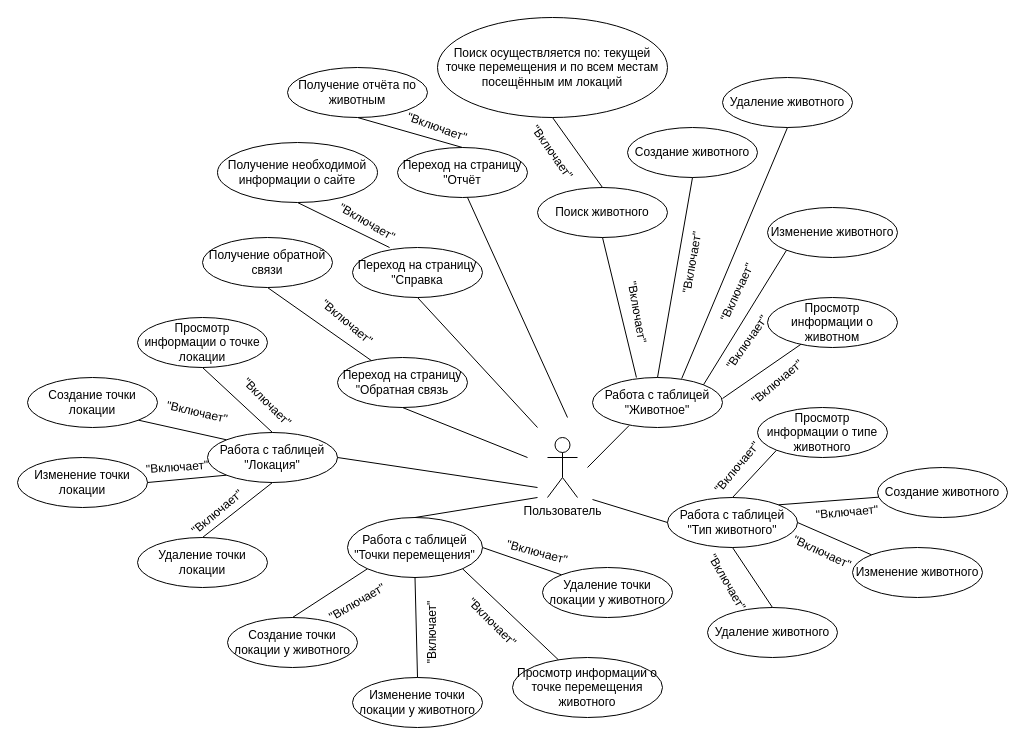
The draw.io diagram resources/assets/ДВИ.drawio in snglrtycrvtureofspce/AnimalTrackerApp, before the edit. Source tidied: cells renumbered, new cells numbered last; positions are measured from the earlier drawing's top-left corner, leaving out a move shared by most shapes. Both pictures are drawn from the tidied source at 100%, with x=0, y=0 at pixel (17, 17).
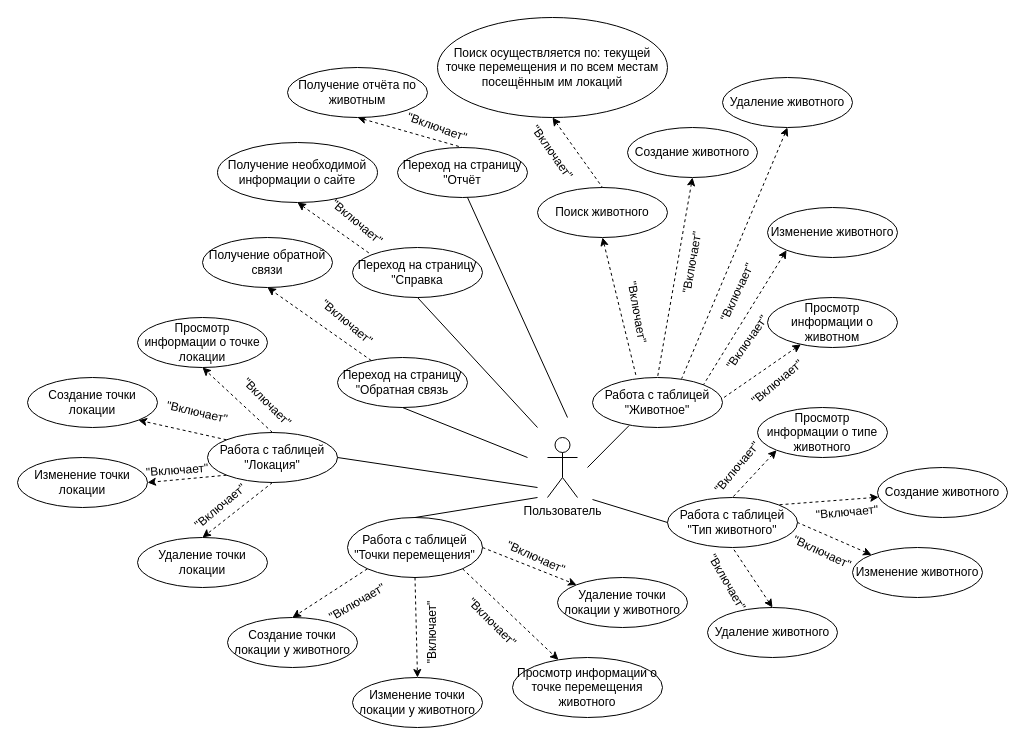
After the change.

Unchanged cells that the change refers to:
```xml
<mxCell id="3" value="Работа с таблицей &quot;Животное&quot;" style="ellipse;whiteSpace=wrap;html=1;" parent="1" vertex="1">
<mxCell id="4" value="Просмотр информации о животном" style="ellipse;whiteSpace=wrap;html=1;" parent="1" vertex="1">
<mxCell id="8" value="Поиск животного" style="ellipse;whiteSpace=wrap;html=1;" parent="1" vertex="1">
<mxCell id="9" value="Удаление животного" style="ellipse;whiteSpace=wrap;html=1;" parent="1" vertex="1">
<mxCell id="10" value="Создание животного" style="ellipse;whiteSpace=wrap;html=1;" parent="1" vertex="1">
<mxCell id="11" value="Изменение животного" style="ellipse;whiteSpace=wrap;html=1;" parent="1" vertex="1">
<mxCell id="19" value="Поиск осуществляется по: текущей точке перемещения и по всем местам посещённым им локаций" style="ellipse;whiteSpace=wrap;html=1;" parent="1" vertex="1">
<mxCell id="23" value="Работа с таблицей &quot;Тип животного&quot;" style="ellipse;whiteSpace=wrap;html=1;" parent="1" vertex="1">
<mxCell id="26" value="Просмотр информации о типе животного" style="ellipse;whiteSpace=wrap;html=1;" parent="1" vertex="1">
<mxCell id="28" value="Создание животного" style="ellipse;whiteSpace=wrap;html=1;" parent="1" vertex="1">
<mxCell id="29" value="Изменение животного" style="ellipse;whiteSpace=wrap;html=1;" parent="1" vertex="1">
<mxCell id="30" value="Удаление животного" style="ellipse;whiteSpace=wrap;html=1;" parent="1" vertex="1">
<mxCell id="37" value="Работа с таблицей &quot;Локация&quot;" style="ellipse;whiteSpace=wrap;html=1;" parent="1" vertex="1">
<mxCell id="39" value="Просмотр информации о точке локации" style="ellipse;whiteSpace=wrap;html=1;" parent="1" vertex="1">
<mxCell id="40" value="Создание точки локации" style="ellipse;whiteSpace=wrap;html=1;" parent="1" vertex="1">
<mxCell id="41" value="Изменение точки локации" style="ellipse;whiteSpace=wrap;html=1;" parent="1" vertex="1">
<mxCell id="42" value="Удаление точки локации" style="ellipse;whiteSpace=wrap;html=1;" parent="1" vertex="1">
<mxCell id="52" value="Работа с таблицей &quot;Точки перемещения&quot;" style="ellipse;whiteSpace=wrap;html=1;" parent="1" vertex="1">
<mxCell id="53" value="Просмотр информации о точке перемещения животного" style="ellipse;whiteSpace=wrap;html=1;" parent="1" vertex="1">
<mxCell id="54" value="Создание точки локации у животного" style="ellipse;whiteSpace=wrap;html=1;" parent="1" vertex="1">
<mxCell id="55" value="Изменение точки локации у животного" style="ellipse;whiteSpace=wrap;html=1;" parent="1" vertex="1">
<mxCell id="65" value="Переход на страницу &quot;Обратная связь" style="ellipse;whiteSpace=wrap;html=1;" parent="1" vertex="1">
<mxCell id="67" value="Переход на страницу &quot;Справка" style="ellipse;whiteSpace=wrap;html=1;" parent="1" vertex="1">
<mxCell id="68" value="Переход на страницу &quot;Отчёт" style="ellipse;whiteSpace=wrap;html=1;" parent="1" vertex="1">
<mxCell id="72" value="Получение обратной связи" style="ellipse;whiteSpace=wrap;html=1;" parent="1" vertex="1">
<mxCell id="75" value="Получение необходимой информации о сайте" style="ellipse;whiteSpace=wrap;html=1;" parent="1" vertex="1">
<mxCell id="77" value="Получение отчёта по животным" style="ellipse;whiteSpace=wrap;html=1;" parent="1" vertex="1">
```

The edit, as a diff of the source:
```diff
@@
-    <mxCell id="6" style="endArrow=none;html=1;rounded=0;" parent="1" edge="1" source="4">
+    <mxCell id="6" style="endArrow=none;html=1;rounded=0;dashed=1;startArrow=classic;startFill=1;" parent="1" edge="1" source="4">
       <mxGeometry relative="1" as="geometry">
         <mxPoint x="705" y="381" as="targetPoint" />
       </mxGeometry>
     </mxCell>
@@
-    <mxCell id="12" style="endArrow=none;html=1;rounded=0;entryX=0.338;entryY=0;entryDx=0;entryDy=0;entryPerimeter=0;exitX=0.5;exitY=1;exitDx=0;exitDy=0;" parent="1" edge="1" source="8" target="3">
+    <mxCell id="12" style="endArrow=none;html=1;rounded=0;entryX=0.338;entryY=0;entryDx=0;entryDy=0;entryPerimeter=0;exitX=0.5;exitY=1;exitDx=0;exitDy=0;startArrow=classic;startFill=1;dashed=1;" parent="1" edge="1" source="8" target="3">
       <mxGeometry relative="1" as="geometry" />
     </mxCell>
-    <mxCell id="13" style="endArrow=none;html=1;rounded=0;entryX=0.5;entryY=0;entryDx=0;entryDy=0;exitX=0.5;exitY=1;exitDx=0;exitDy=0;" parent="1" edge="1" source="10" target="3">
+    <mxCell id="13" style="endArrow=none;html=1;rounded=0;entryX=0.5;entryY=0;entryDx=0;entryDy=0;exitX=0.5;exitY=1;exitDx=0;exitDy=0;dashed=1;startArrow=classic;startFill=1;" parent="1" edge="1" source="10" target="3">
       <mxGeometry relative="1" as="geometry" />
     </mxCell>
-    <mxCell id="14" style="endArrow=none;html=1;rounded=0;entryX=0.686;entryY=0.022;entryDx=0;entryDy=0;exitX=0.5;exitY=1;exitDx=0;exitDy=0;entryPerimeter=0;" parent="1" edge="1" source="9" target="3">
+    <mxCell id="14" style="endArrow=none;html=1;rounded=0;entryX=0.686;entryY=0.022;entryDx=0;entryDy=0;exitX=0.5;exitY=1;exitDx=0;exitDy=0;entryPerimeter=0;dashed=1;startArrow=classic;startFill=1;" parent="1" edge="1" source="9" target="3">
       <mxGeometry relative="1" as="geometry" />
     </mxCell>
-    <mxCell id="15" style="endArrow=none;html=1;rounded=0;entryX=1;entryY=0;entryDx=0;entryDy=0;exitX=0;exitY=1;exitDx=0;exitDy=0;" parent="1" edge="1" source="11" target="3">
+    <mxCell id="15" style="endArrow=none;html=1;rounded=0;entryX=1;entryY=0;entryDx=0;entryDy=0;exitX=0;exitY=1;exitDx=0;exitDy=0;dashed=1;startArrow=classic;startFill=1;" parent="1" edge="1" source="11" target="3">
       <mxGeometry relative="1" as="geometry" />
     </mxCell>
@@
-    <mxCell id="20" style="endArrow=none;html=1;rounded=0;entryX=0.5;entryY=0;entryDx=0;entryDy=0;exitX=0.5;exitY=1;exitDx=0;exitDy=0;" parent="1" edge="1" source="19" target="8">
+    <mxCell id="20" style="endArrow=none;html=1;rounded=0;entryX=0.5;entryY=0;entryDx=0;entryDy=0;exitX=0.5;exitY=1;exitDx=0;exitDy=0;dashed=1;startArrow=classic;startFill=1;" parent="1" edge="1" source="19" target="8">
       <mxGeometry relative="1" as="geometry" />
     </mxCell>
@@
-    <mxCell id="25" style="endArrow=none;html=1;rounded=0;exitX=0;exitY=1;exitDx=0;exitDy=0;entryX=0.5;entryY=0;entryDx=0;entryDy=0;" parent="1" edge="1" source="26" target="23">
+    <mxCell id="25" style="endArrow=none;html=1;rounded=0;exitX=0;exitY=1;exitDx=0;exitDy=0;entryX=0.5;entryY=0;entryDx=0;entryDy=0;dashed=1;startArrow=classic;startFill=1;" parent="1" edge="1" source="26" target="23">
       <mxGeometry relative="1" as="geometry" />
     </mxCell>
@@
-    <mxCell id="31" style="endArrow=none;html=1;rounded=0;exitX=0.5;exitY=0;exitDx=0;exitDy=0;entryX=0.5;entryY=1;entryDx=0;entryDy=0;" parent="1" edge="1" source="30" target="23">
+    <mxCell id="31" style="endArrow=none;html=1;rounded=0;exitX=0.5;exitY=0;exitDx=0;exitDy=0;entryX=0.5;entryY=1;entryDx=0;entryDy=0;dashed=1;startArrow=classic;startFill=1;" parent="1" edge="1" source="30" target="23">
       <mxGeometry relative="1" as="geometry" />
     </mxCell>
-    <mxCell id="32" style="endArrow=none;html=1;rounded=0;exitX=0;exitY=0;exitDx=0;exitDy=0;entryX=1;entryY=0.5;entryDx=0;entryDy=0;" parent="1" edge="1" source="29" target="23">
+    <mxCell id="32" style="endArrow=none;html=1;rounded=0;exitX=0;exitY=0;exitDx=0;exitDy=0;entryX=1;entryY=0.5;entryDx=0;entryDy=0;dashed=1;startArrow=classic;startFill=1;" parent="1" edge="1" source="29" target="23">
       <mxGeometry relative="1" as="geometry" />
     </mxCell>
-    <mxCell id="33" style="endArrow=none;html=1;rounded=0;entryX=1;entryY=0;entryDx=0;entryDy=0;" parent="1" edge="1" source="28" target="23">
+    <mxCell id="33" style="endArrow=none;html=1;rounded=0;entryX=1;entryY=0;entryDx=0;entryDy=0;dashed=1;startArrow=classic;startFill=1;" parent="1" edge="1" source="28" target="23">
       <mxGeometry relative="1" as="geometry" />
     </mxCell>
@@
-    <mxCell id="43" style="endArrow=none;html=1;rounded=0;entryX=0.5;entryY=1;entryDx=0;entryDy=0;exitX=0.5;exitY=0;exitDx=0;exitDy=0;" parent="1" edge="1" source="37" target="39">
+    <mxCell id="43" style="endArrow=classic;html=1;rounded=0;entryX=0.5;entryY=1;entryDx=0;entryDy=0;exitX=0.5;exitY=0;exitDx=0;exitDy=0;dashed=1;endFill=1;" parent="1" edge="1" source="37" target="39">
       <mxGeometry relative="1" as="geometry" />
     </mxCell>
@@
-    <mxCell id="45" style="endArrow=none;html=1;rounded=0;entryX=1;entryY=1;entryDx=0;entryDy=0;exitX=0;exitY=0;exitDx=0;exitDy=0;" parent="1" edge="1" source="37" target="40">
+    <mxCell id="45" style="endArrow=classic;html=1;rounded=0;entryX=1;entryY=1;entryDx=0;entryDy=0;exitX=0;exitY=0;exitDx=0;exitDy=0;dashed=1;endFill=1;" parent="1" edge="1" source="37" target="40">
       <mxGeometry relative="1" as="geometry" />
     </mxCell>
-    <mxCell id="46" style="endArrow=none;html=1;rounded=0;entryX=1;entryY=0.5;entryDx=0;entryDy=0;exitX=0;exitY=1;exitDx=0;exitDy=0;" parent="1" edge="1" source="37" target="41">
+    <mxCell id="46" style="endArrow=classic;html=1;rounded=0;entryX=1;entryY=0.5;entryDx=0;entryDy=0;exitX=0;exitY=1;exitDx=0;exitDy=0;dashed=1;endFill=1;" parent="1" edge="1" source="37" target="41">
       <mxGeometry relative="1" as="geometry" />
     </mxCell>
-    <mxCell id="47" style="endArrow=none;html=1;rounded=0;entryX=0.5;entryY=0;entryDx=0;entryDy=0;exitX=0.5;exitY=1;exitDx=0;exitDy=0;" parent="1" edge="1" source="37" target="42">
+    <mxCell id="47" style="endArrow=classic;html=1;rounded=0;entryX=0.5;entryY=0;entryDx=0;entryDy=0;exitX=0.5;exitY=1;exitDx=0;exitDy=0;dashed=1;endFill=1;" parent="1" edge="1" source="37" target="42">
       <mxGeometry relative="1" as="geometry" />
     </mxCell>
@@
     <mxCell id="49" value="&quot;Включает&quot;" style="text;html=1;strokeColor=none;fillColor=none;align=center;verticalAlign=middle;whiteSpace=wrap;rounded=0;rotation=-4;" parent="1" vertex="1">
-      <mxGeometry x="130" y="435" width="60" height="30" as="geometry" />
+      <mxGeometry x="130" y="440" width="60" height="25" as="geometry" />
     </mxCell>
     <mxCell id="50" value="&quot;Включает&quot;" style="text;html=1;strokeColor=none;fillColor=none;align=center;verticalAlign=middle;whiteSpace=wrap;rounded=0;rotation=-40;" parent="1" vertex="1">
-      <mxGeometry x="170" y="480" width="60" height="30" as="geometry" />
+      <mxGeometry x="173.2" y="478.8" width="60" height="20" as="geometry" />
     </mxCell>
@@
     <mxCell id="56" value="Удаление точки локации у животного" style="ellipse;whiteSpace=wrap;html=1;" parent="1" vertex="1">
-      <mxGeometry x="525" y="550" width="130" height="50" as="geometry" />
+      <mxGeometry x="540" y="560" width="130" height="50" as="geometry" />
     </mxCell>
-    <mxCell id="57" style="endArrow=none;html=1;rounded=0;exitX=0;exitY=1;exitDx=0;exitDy=0;entryX=0.5;entryY=0;entryDx=0;entryDy=0;" parent="1" edge="1" source="52" target="54">
+    <mxCell id="57" style="endArrow=classic;html=1;rounded=0;exitX=0;exitY=1;exitDx=0;exitDy=0;entryX=0.5;entryY=0;entryDx=0;entryDy=0;dashed=1;endFill=1;" parent="1" edge="1" source="52" target="54">
       <mxGeometry relative="1" as="geometry" />
     </mxCell>
-    <mxCell id="58" style="endArrow=none;html=1;rounded=0;exitX=0.5;exitY=1;exitDx=0;exitDy=0;entryX=0.5;entryY=0;entryDx=0;entryDy=0;" parent="1" edge="1" source="52" target="55">
+    <mxCell id="58" style="endArrow=classic;html=1;rounded=0;exitX=0.5;exitY=1;exitDx=0;exitDy=0;entryX=0.5;entryY=0;entryDx=0;entryDy=0;dashed=1;endFill=1;" parent="1" edge="1" source="52" target="55">
       <mxGeometry relative="1" as="geometry" />
     </mxCell>
-    <mxCell id="59" style="endArrow=none;html=1;rounded=0;exitX=1;exitY=0.5;exitDx=0;exitDy=0;entryX=0;entryY=0;entryDx=0;entryDy=0;" parent="1" edge="1" source="52" target="56">
+    <mxCell id="59" style="endArrow=classic;html=1;rounded=0;exitX=1;exitY=0.5;exitDx=0;exitDy=0;entryX=0;entryY=0;entryDx=0;entryDy=0;dashed=1;startArrow=none;startFill=0;endFill=1;" parent="1" edge="1" source="52" target="56">
       <mxGeometry relative="1" as="geometry" />
     </mxCell>
-    <mxCell id="60" style="endArrow=none;html=1;rounded=0;exitX=1;exitY=1;exitDx=0;exitDy=0;" parent="1" edge="1" source="52" target="53">
+    <mxCell id="60" style="endArrow=classic;html=1;rounded=0;exitX=1;exitY=1;exitDx=0;exitDy=0;dashed=1;endFill=1;" parent="1" edge="1" source="52" target="53">
       <mxGeometry relative="1" as="geometry" />
     </mxCell>
@@
-    <mxCell id="64" value="&quot;Включает&quot;" style="text;html=1;strokeColor=none;fillColor=none;align=center;verticalAlign=middle;whiteSpace=wrap;rounded=0;rotation=15;" parent="1" vertex="1">
-      <mxGeometry x="490" y="520" width="60" height="30" as="geometry" />
+    <mxCell id="64" value="&quot;Включает&quot;" style="text;html=1;strokeColor=none;fillColor=none;align=center;verticalAlign=middle;whiteSpace=wrap;rounded=0;rotation=24;" parent="1" vertex="1">
+      <mxGeometry x="488.7" y="529.8" width="60" height="20" as="geometry" />
     </mxCell>
@@
-    <mxCell id="71" style="endArrow=none;html=1;rounded=0;entryX=0.5;entryY=1;entryDx=0;entryDy=0;" parent="1" edge="1" source="65" target="72">
+    <mxCell id="71" style="endArrow=classic;html=1;rounded=0;entryX=0.5;entryY=1;entryDx=0;entryDy=0;dashed=1;endFill=1;" parent="1" edge="1" source="65" target="72">
       <mxGeometry relative="1" as="geometry" />
     </mxCell>
@@
-    <mxCell id="74" style="endArrow=none;html=1;rounded=0;entryX=0.285;entryY=0;entryDx=0;entryDy=0;entryPerimeter=0;exitX=0.5;exitY=1;exitDx=0;exitDy=0;" parent="1" edge="1" source="75" target="67">
+    <mxCell id="74" style="endArrow=none;html=1;rounded=0;entryX=0;entryY=0;entryDx=0;entryDy=0;exitX=0.5;exitY=1;exitDx=0;exitDy=0;dashed=1;startArrow=classic;startFill=1;" parent="1" edge="1" source="75" target="67">
       <mxGeometry relative="1" as="geometry" />
     </mxCell>
@@
-    <mxCell id="76" style="endArrow=none;html=1;rounded=0;entryX=0.5;entryY=0;entryDx=0;entryDy=0;exitX=0.5;exitY=1;exitDx=0;exitDy=0;" parent="1" edge="1" source="77" target="68">
+    <mxCell id="76" style="endArrow=none;html=1;rounded=0;entryX=0.5;entryY=0;entryDx=0;entryDy=0;exitX=0.5;exitY=1;exitDx=0;exitDy=0;startArrow=classic;startFill=1;dashed=1;" parent="1" edge="1" source="77" target="68">
       <mxGeometry relative="1" as="geometry" />
     </mxCell>
@@
-    <mxCell id="78" value="&quot;Включает&quot;" style="text;html=1;strokeColor=none;fillColor=none;align=center;verticalAlign=middle;whiteSpace=wrap;rounded=0;rotation=30;" parent="1" vertex="1">
-      <mxGeometry x="320" y="190" width="60" height="30" as="geometry" />
+    <mxCell id="78" value="&quot;Включает&quot;" style="text;html=1;strokeColor=none;fillColor=none;align=center;verticalAlign=middle;whiteSpace=wrap;rounded=0;rotation=40;" parent="1" vertex="1">
+      <mxGeometry x="310" y="190" width="60" height="30" as="geometry" />
     </mxCell>
```
